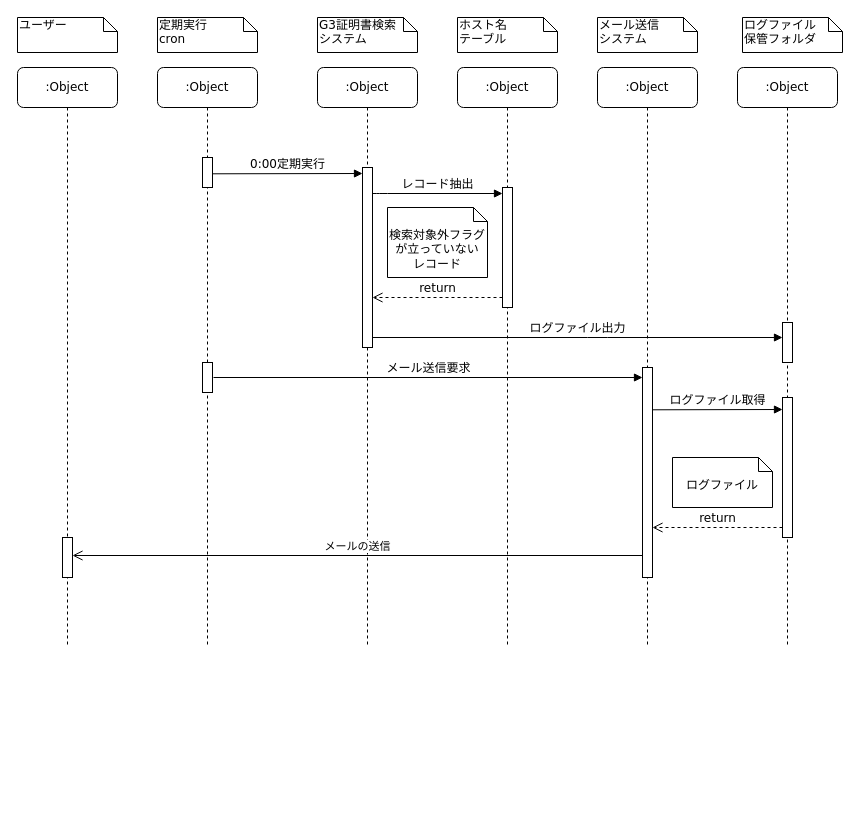
This is sequenceDiagram3.drawio from r-asano/kaihatsubuKenshu, a draw.io file, before an edit. Source tidied: cells renumbered, new cells numbered last; positions are measured from the earlier drawing's top-left corner, leaving out a move shared by most shapes. Both pictures are drawn from the tidied source at 100%, with x=0, y=0 at pixel (17, 17).
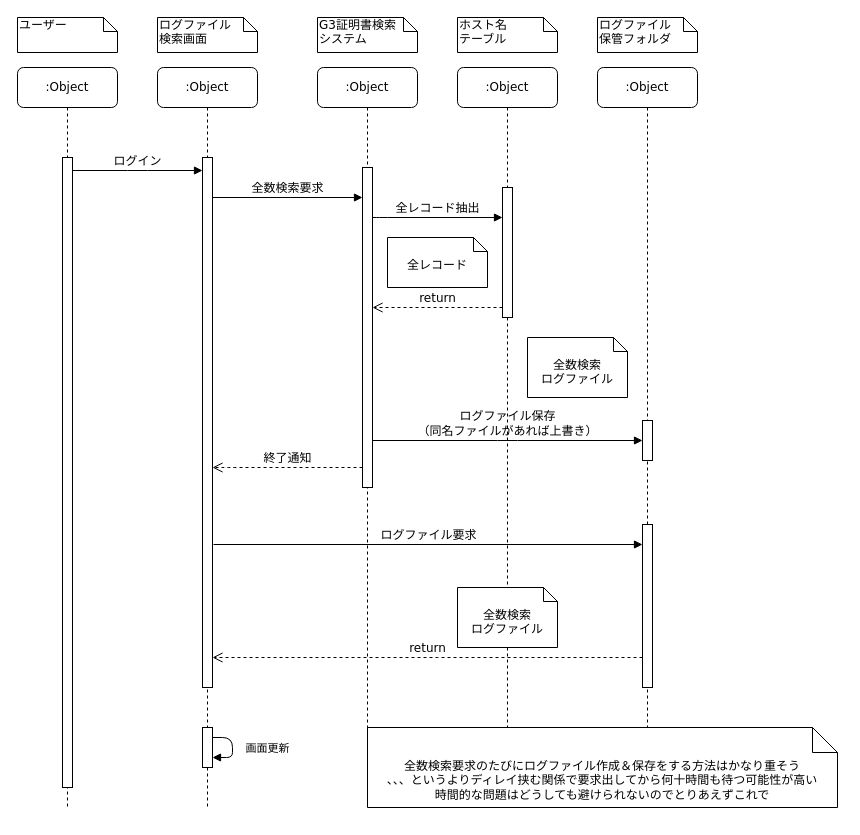
After the change.

Change to the diagram source:
```diff
@@
     <mxCell id="2" value=":Object" style="shape=umlLifeline;perimeter=lifelinePerimeter;whiteSpace=wrap;html=1;rounded=1;shadow=0;comic=0;labelBackgroundColor=none;strokeWidth=1;fontFamily=Verdana;fontSize=12;align=center;" parent="1" vertex="1">
-      <mxGeometry x="140" y="50" width="100" height="580" as="geometry" />
+      <mxGeometry x="140" y="50" width="100" height="740" as="geometry" />
     </mxCell>
-    <mxCell id="3" style="html=1;perimeter=orthogonalPerimeter;rounded=0;shadow=0;comic=0;labelBackgroundColor=none;strokeWidth=1;fontFamily=Verdana;fontSize=12;align=center;" parent="2" vertex="1">
-      <mxGeometry x="45" y="90" width="10" height="30" as="geometry" />
-    </mxCell>
-    <mxCell id="4" style="html=1;perimeter=orthogonalPerimeter;rounded=0;shadow=0;comic=0;labelBackgroundColor=none;strokeWidth=1;fontFamily=Verdana;fontSize=12;align=center;" parent="2" vertex="1">
-      <mxGeometry x="45" y="295" width="10" height="30" as="geometry" />
-    </mxCell>
+    <mxCell id="32" style="html=1;points=[];perimeter=orthogonalPerimeter;rounded=0;shadow=0;comic=0;labelBackgroundColor=none;strokeWidth=1;fontFamily=Verdana;fontSize=12;align=center;" parent="2" vertex="1">
+      <mxGeometry x="45" y="90" width="10" height="530" as="geometry" />
+    </mxCell>
+    <mxCell id="13" style="html=1;points=[];perimeter=orthogonalPerimeter;rounded=0;shadow=0;comic=0;labelBackgroundColor=none;strokeWidth=1;fontFamily=Verdana;fontSize=12;align=center;" parent="2" vertex="1">
+      <mxGeometry x="45" y="660" width="10" height="40" as="geometry" />
+    </mxCell>
+    <mxCell id="33" value="画面更新" style="html=1;verticalAlign=bottom;endArrow=block;" parent="2" edge="1" source="13" target="13">
+      <mxGeometry x="0.33" y="-35" relative="1" as="geometry">
+        <mxPoint x="35" y="35" as="offset" />
+      </mxGeometry>
+    </mxCell>
     <mxCell id="5" value=":Object" style="shape=umlLifeline;perimeter=lifelinePerimeter;whiteSpace=wrap;html=1;rounded=1;shadow=0;comic=0;labelBackgroundColor=none;strokeWidth=1;fontFamily=Verdana;fontSize=12;align=center;" parent="1" vertex="1">
-      <mxGeometry x="300" y="50" width="100" height="580" as="geometry" />
+      <mxGeometry x="300" y="50" width="100" height="740" as="geometry" />
     </mxCell>
     <mxCell id="6" style="html=1;points=[];perimeter=orthogonalPerimeter;rounded=0;shadow=0;comic=0;labelBackgroundColor=none;strokeWidth=1;fontFamily=Verdana;fontSize=12;align=center;" parent="5" vertex="1">
-      <mxGeometry x="45" y="100" width="10" height="180" as="geometry" />
+      <mxGeometry x="45" y="100" width="10" height="320" as="geometry" />
     </mxCell>
     <mxCell id="7" value=":Object" style="shape=umlLifeline;perimeter=lifelinePerimeter;whiteSpace=wrap;html=1;rounded=1;shadow=0;comic=0;labelBackgroundColor=none;strokeWidth=1;fontFamily=Verdana;fontSize=12;align=center;" parent="1" vertex="1">
-      <mxGeometry x="440" y="50" width="100" height="580" as="geometry" />
+      <mxGeometry x="440" y="50" width="100" height="740" as="geometry" />
     </mxCell>
     <mxCell id="8" value=":Object" style="shape=umlLifeline;perimeter=lifelinePerimeter;whiteSpace=wrap;html=1;rounded=1;shadow=0;comic=0;labelBackgroundColor=none;strokeWidth=1;fontFamily=Verdana;fontSize=12;align=center;" parent="1" vertex="1">
-      <mxGeometry x="580" y="50" width="100" height="580" as="geometry" />
+      <mxGeometry x="580" y="50" width="100" height="740" as="geometry" />
     </mxCell>
-    <mxCell id="9" value=":Object" style="shape=umlLifeline;perimeter=lifelinePerimeter;whiteSpace=wrap;html=1;rounded=1;shadow=0;comic=0;labelBackgroundColor=none;strokeWidth=1;fontFamily=Verdana;fontSize=12;align=center;" parent="1" vertex="1">
-      <mxGeometry x="720" y="50" width="100" height="580" as="geometry" />
-    </mxCell>
-    <mxCell id="10" style="html=1;points=[];perimeter=orthogonalPerimeter;rounded=0;shadow=0;comic=0;labelBackgroundColor=none;strokeWidth=1;fontFamily=Verdana;fontSize=12;align=center;" parent="9" vertex="1">
-      <mxGeometry x="45" y="255" width="10" height="40" as="geometry" />
-    </mxCell>
-    <mxCell id="11" style="html=1;points=[];perimeter=orthogonalPerimeter;rounded=0;shadow=0;comic=0;labelBackgroundColor=none;strokeWidth=1;fontFamily=Verdana;fontSize=12;align=center;" parent="9" vertex="1">
-      <mxGeometry x="45" y="330" width="10" height="140" as="geometry" />
-    </mxCell>
+    <mxCell id="34" style="html=1;points=[];perimeter=orthogonalPerimeter;rounded=0;shadow=0;comic=0;labelBackgroundColor=none;strokeWidth=1;fontFamily=Verdana;fontSize=12;align=center;" parent="8" vertex="1">
+      <mxGeometry x="45" y="457" width="10" height="163" as="geometry" />
+    </mxCell>
     <mxCell id="12" value=":Object" style="shape=umlLifeline;perimeter=lifelinePerimeter;whiteSpace=wrap;html=1;rounded=1;shadow=0;comic=0;labelBackgroundColor=none;strokeWidth=1;fontFamily=Verdana;fontSize=12;align=center;" parent="1" vertex="1">
-      <mxGeometry y="50" width="100" height="580" as="geometry" />
+      <mxGeometry y="50" width="100" height="740" as="geometry" />
     </mxCell>
-    <mxCell id="13" style="html=1;points=[];perimeter=orthogonalPerimeter;rounded=0;shadow=0;comic=0;labelBackgroundColor=none;strokeWidth=1;fontFamily=Verdana;fontSize=12;align=center;" parent="12" vertex="1">
-      <mxGeometry x="45" y="470" width="10" height="40" as="geometry" />
-    </mxCell>
+    <mxCell id="3" style="html=1;perimeter=orthogonalPerimeter;rounded=0;shadow=0;comic=0;labelBackgroundColor=none;strokeWidth=1;fontFamily=Verdana;fontSize=12;align=center;" parent="12" vertex="1">
+      <mxGeometry x="45" y="90" width="10" height="630" as="geometry" />
+    </mxCell>
     <mxCell id="14" style="html=1;points=[];perimeter=orthogonalPerimeter;rounded=0;shadow=0;comic=0;labelBackgroundColor=none;strokeWidth=1;fontFamily=Verdana;fontSize=12;align=center;" parent="1" vertex="1">
-      <mxGeometry x="485" y="170" width="10" height="120" as="geometry" />
+      <mxGeometry x="485" y="170" width="10" height="130" as="geometry" />
     </mxCell>
-    <mxCell id="15" value="レコード抽出" style="html=1;verticalAlign=bottom;endArrow=block;labelBackgroundColor=none;fontFamily=Verdana;fontSize=12;edgeStyle=elbowEdgeStyle;elbow=vertical;" parent="1" edge="1">
+    <mxCell id="15" value="全レコード抽出" style="html=1;verticalAlign=bottom;endArrow=block;labelBackgroundColor=none;fontFamily=Verdana;fontSize=12;edgeStyle=elbowEdgeStyle;elbow=vertical;" parent="1" edge="1">
       <mxGeometry relative="1" as="geometry">
-        <mxPoint x="355" y="176" as="sourcePoint" />
-        <mxPoint x="485" y="176" as="targetPoint" />
+        <mxPoint x="355" y="200" as="sourcePoint" />
+        <mxPoint x="485" y="200" as="targetPoint" />
         <Array as="points">
-          <mxPoint x="360" y="176" />
+          <mxPoint x="360" y="200" />
         </Array>
       </mxGeometry>
     </mxCell>
     <mxCell id="16" style="html=1;points=[];perimeter=orthogonalPerimeter;rounded=0;shadow=0;comic=0;labelBackgroundColor=none;strokeWidth=1;fontFamily=Verdana;fontSize=12;align=center;" parent="1" vertex="1">
-      <mxGeometry x="625" y="350" width="10" height="210" as="geometry" />
+      <mxGeometry x="625" y="403" width="10" height="40" as="geometry" />
     </mxCell>
-    <mxCell id="17" value="return" style="html=1;verticalAlign=bottom;endArrow=open;dashed=1;endSize=8;labelBackgroundColor=none;fontFamily=Verdana;fontSize=12;edgeStyle=elbowEdgeStyle;elbow=vertical;" parent="1" edge="1">
+    <mxCell id="17" value="return" style="html=1;verticalAlign=bottom;endArrow=open;dashed=1;endSize=8;labelBackgroundColor=none;fontFamily=Verdana;fontSize=12;edgeStyle=elbowEdgeStyle;elbow=vertical;" parent="1" edge="1" source="14" target="6">
       <mxGeometry relative="1" as="geometry">
-        <mxPoint x="485" y="280" as="sourcePoint" />
-        <mxPoint x="355" y="280" as="targetPoint" />
         <Array as="points">
+          <mxPoint x="430" y="290" />
           <mxPoint x="430" y="280" />
-          <mxPoint x="430" y="270" />
-          <mxPoint x="460" y="270" />
+          <mxPoint x="460" y="280" />
         </Array>
       </mxGeometry>
     </mxCell>
-    <mxCell id="18" value="0:00定期実行" style="html=1;verticalAlign=bottom;endArrow=block;entryX=0;entryY=0;labelBackgroundColor=none;fontFamily=Verdana;fontSize=12;edgeStyle=elbowEdgeStyle;elbow=vertical;" parent="1" edge="1">
-      <mxGeometry relative="1" as="geometry">
-        <mxPoint x="195" y="156.3" as="sourcePoint" />
-        <mxPoint x="345" y="156" as="targetPoint" />
-      </mxGeometry>
-    </mxCell>
@@
-    <mxCell id="22" value="&lt;div&gt;メール送信&lt;/div&gt;&lt;div&gt;システム&lt;br&gt;&lt;/div&gt;" style="shape=note;whiteSpace=wrap;html=1;size=14;verticalAlign=top;align=left;spacingTop=-6;rounded=0;shadow=0;comic=0;labelBackgroundColor=none;strokeWidth=1;fontFamily=Verdana;fontSize=12;" parent="1" vertex="1">
+    <mxCell id="22" value="ログファイル&lt;br&gt;保管フォルダ" style="shape=note;whiteSpace=wrap;html=1;size=14;verticalAlign=top;align=left;spacingTop=-6;rounded=0;shadow=0;comic=0;labelBackgroundColor=none;strokeWidth=1;fontFamily=Verdana;fontSize=12;" parent="1" vertex="1">
       <mxGeometry x="580" width="100" height="35" as="geometry" />
     </mxCell>
-    <mxCell id="23" value="定期実行&lt;br&gt;cron" style="shape=note;whiteSpace=wrap;html=1;size=14;verticalAlign=top;align=left;spacingTop=-6;rounded=0;shadow=0;comic=0;labelBackgroundColor=none;strokeWidth=1;fontFamily=Verdana;fontSize=12;" parent="1" vertex="1">
+    <mxCell id="23" value="ログファイル&lt;br&gt;検索画面" style="shape=note;whiteSpace=wrap;html=1;size=14;verticalAlign=top;align=left;spacingTop=-6;rounded=0;shadow=0;comic=0;labelBackgroundColor=none;strokeWidth=1;fontFamily=Verdana;fontSize=12;" parent="1" vertex="1">
       <mxGeometry x="140" width="100" height="35" as="geometry" />
     </mxCell>
-    <mxCell id="24" value="ログファイル&lt;br&gt;保管フォルダ" style="shape=note;whiteSpace=wrap;html=1;size=14;verticalAlign=top;align=left;spacingTop=-6;rounded=0;shadow=0;comic=0;labelBackgroundColor=none;strokeWidth=1;fontFamily=Verdana;fontSize=12;" parent="1" vertex="1">
-      <mxGeometry x="725" width="100" height="35" as="geometry" />
-    </mxCell>
-    <mxCell id="25" value="検索対象外フラグが立っていない&lt;br&gt;レコード" style="shape=note2;boundedLbl=1;whiteSpace=wrap;html=1;size=14;verticalAlign=top;align=center;" parent="1" vertex="1">
-      <mxGeometry x="370" y="190" width="100" height="70" as="geometry" />
+    <mxCell id="25" value="全レコード" style="shape=note2;boundedLbl=1;whiteSpace=wrap;html=1;size=14;verticalAlign=top;align=center;" parent="1" vertex="1">
+      <mxGeometry x="370" y="220" width="100" height="50" as="geometry" />
     </mxCell>
-    <mxCell id="26" value="メール送信要求" style="html=1;verticalAlign=bottom;endArrow=block;labelBackgroundColor=none;fontFamily=Verdana;fontSize=12;edgeStyle=elbowEdgeStyle;elbow=vertical;" parent="1" edge="1" target="16">
+    <mxCell id="26" value="ログファイル要求" style="html=1;verticalAlign=bottom;endArrow=block;labelBackgroundColor=none;fontFamily=Verdana;fontSize=12;edgeStyle=elbowEdgeStyle;elbow=vertical;" parent="1" edge="1" target="34">
       <mxGeometry relative="1" as="geometry">
-        <mxPoint x="196" y="360" as="sourcePoint" />
+        <mxPoint x="196" y="527" as="sourcePoint" />
       </mxGeometry>
     </mxCell>
-    <mxCell id="27" value="メールの送信" style="html=1;verticalAlign=bottom;endArrow=open;endSize=8;" parent="1" edge="1" target="13">
-      <mxGeometry relative="1" as="geometry">
-        <mxPoint x="625" y="538" as="sourcePoint" />
-      </mxGeometry>
-    </mxCell>
-    <mxCell id="28" value="ログファイル出力" style="html=1;verticalAlign=bottom;endArrow=block;labelBackgroundColor=none;fontFamily=Verdana;fontSize=12;edgeStyle=elbowEdgeStyle;elbow=vertical;" parent="1" edge="1" source="6" target="10">
-      <mxGeometry relative="1" as="geometry">
-        <Array as="points">
-          <mxPoint x="580" y="320" />
-        </Array>
-      </mxGeometry>
-    </mxCell>
-    <mxCell id="29" value="ログファイル取得" style="html=1;verticalAlign=bottom;endArrow=block;labelBackgroundColor=none;fontFamily=Verdana;fontSize=12;edgeStyle=elbowEdgeStyle;elbow=vertical;" parent="1" edge="1">
+    <mxCell id="29" value="&lt;div&gt;ログファイル保存&lt;/div&gt;&lt;div&gt;（同名ファイルがあれば上書き）&lt;br&gt;&lt;/div&gt;" style="html=1;verticalAlign=bottom;endArrow=block;labelBackgroundColor=none;fontFamily=Verdana;fontSize=12;edgeStyle=elbowEdgeStyle;elbow=vertical;" parent="1" edge="1" target="16">
       <mxGeometry relative="1" as="geometry">
-        <mxPoint x="635" y="392.3" as="sourcePoint" />
-        <mxPoint x="765" y="392.3" as="targetPoint" />
+        <mxPoint x="355" y="423" as="sourcePoint" />
       </mxGeometry>
     </mxCell>
+    <mxCell id="35" value="ログイン" style="html=1;verticalAlign=bottom;endArrow=block;labelBackgroundColor=none;fontFamily=Verdana;fontSize=12;edgeStyle=elbowEdgeStyle;elbow=vertical;" parent="1" edge="1">
+      <mxGeometry relative="1" as="geometry">
+        <mxPoint x="55" y="153" as="sourcePoint" />
+        <mxPoint x="185" y="153" as="targetPoint" />
+      </mxGeometry>
+    </mxCell>
+    <mxCell id="18" value="全数検索要求" style="html=1;verticalAlign=bottom;endArrow=block;entryX=0;entryY=0;labelBackgroundColor=none;fontFamily=Verdana;fontSize=12;edgeStyle=elbowEdgeStyle;elbow=vertical;" parent="1" edge="1">
+      <mxGeometry relative="1" as="geometry">
+        <mxPoint x="195" y="180" as="sourcePoint" />
+        <mxPoint x="345" y="180.2" as="targetPoint" />
+      </mxGeometry>
+    </mxCell>
+    <mxCell id="36" value="終了通知" style="html=1;verticalAlign=bottom;endArrow=open;dashed=1;endSize=8;labelBackgroundColor=none;fontFamily=Verdana;fontSize=12;edgeStyle=elbowEdgeStyle;elbow=vertical;" parent="1" edge="1" source="6" target="32">
+      <mxGeometry relative="1" as="geometry">
+        <Array as="points">
+          <mxPoint x="210" y="450" />
+          <mxPoint x="275" y="423" />
+          <mxPoint x="305" y="423" />
+        </Array>
+      </mxGeometry>
+    </mxCell>
-    <mxCell id="30" value="return" style="html=1;verticalAlign=bottom;endArrow=open;dashed=1;endSize=8;labelBackgroundColor=none;fontFamily=Verdana;fontSize=12;edgeStyle=elbowEdgeStyle;elbow=vertical;" parent="1" edge="1" source="11" target="16">
+    <mxCell id="30" value="return" style="html=1;verticalAlign=bottom;endArrow=open;dashed=1;endSize=8;labelBackgroundColor=none;fontFamily=Verdana;fontSize=12;edgeStyle=elbowEdgeStyle;elbow=vertical;" parent="1" edge="1" source="34" target="32">
       <mxGeometry relative="1" as="geometry">
         <Array as="points">
-          <mxPoint x="715" y="510" />
-          <mxPoint x="715" y="500" />
-          <mxPoint x="745" y="500" />
+          <mxPoint x="430" y="640" />
+          <mxPoint x="430" y="630" />
+          <mxPoint x="460" y="630" />
         </Array>
       </mxGeometry>
     </mxCell>
-    <mxCell id="31" value="ログファイル" style="shape=note2;boundedLbl=1;whiteSpace=wrap;html=1;size=14;verticalAlign=top;align=center;" parent="1" vertex="1">
-      <mxGeometry x="655" y="440" width="100" height="50" as="geometry" />
-    </mxCell>
+    <mxCell id="37" value="全数検索&lt;br&gt;ログファイル" style="shape=note2;boundedLbl=1;whiteSpace=wrap;html=1;size=14;verticalAlign=top;align=center;" parent="1" vertex="1">
+      <mxGeometry x="440" y="570" width="100" height="60" as="geometry" />
+    </mxCell>
+    <mxCell id="38" value="全数検索&lt;br&gt;ログファイル" style="shape=note2;boundedLbl=1;whiteSpace=wrap;html=1;size=14;verticalAlign=top;align=center;" parent="1" vertex="1">
+      <mxGeometry x="510" y="320" width="100" height="60" as="geometry" />
+    </mxCell>
+    <mxCell id="39" value="&lt;div&gt;全数検索要求のたびにログファイル作成＆保存をする方法はかなり重そう&lt;/div&gt;&lt;div&gt;、、、というよりディレイ挟む関係で要求出してから何十時間も待つ可能性が高い&lt;/div&gt;&lt;div&gt;時間的な問題はどうしても避けられないのでとりあえずこれで&lt;/div&gt;&lt;div&gt;&lt;br&gt;&lt;/div&gt;" style="shape=note2;boundedLbl=1;whiteSpace=wrap;html=1;size=25;verticalAlign=top;align=center;" parent="1" vertex="1">
+      <mxGeometry x="350" y="710" width="470" height="80" as="geometry" />
+    </mxCell>
```
